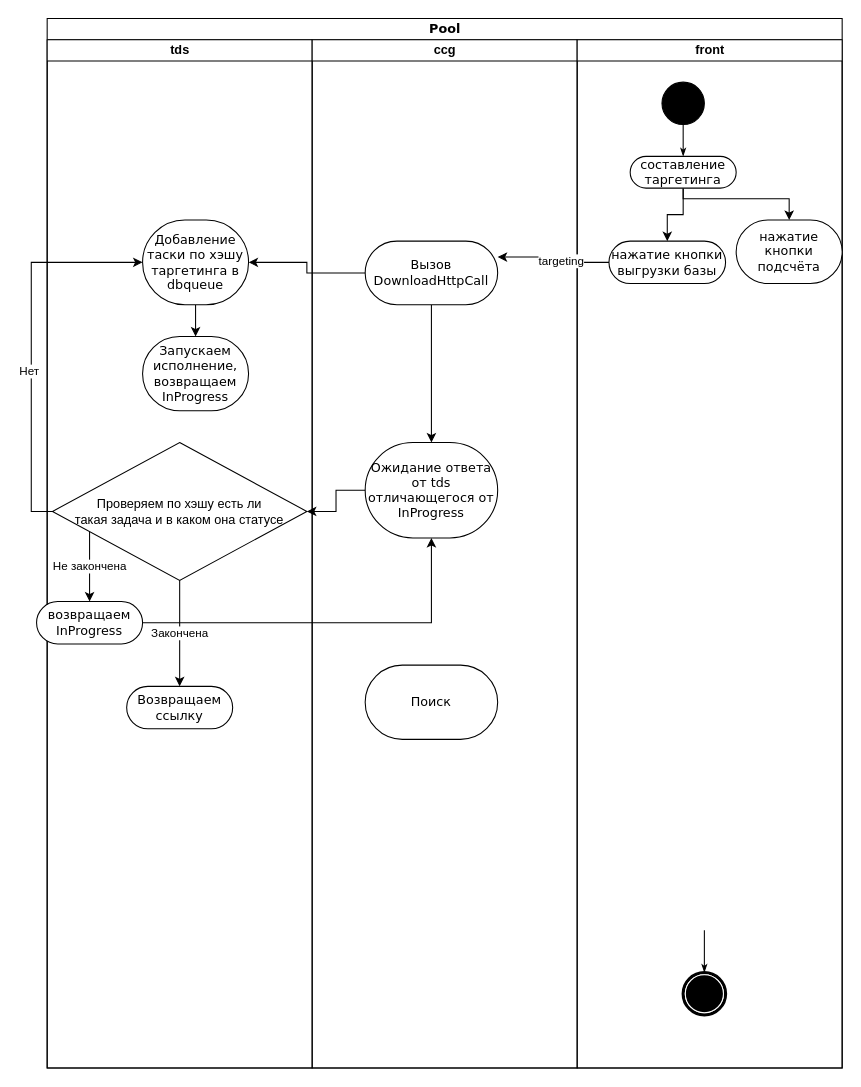
Earlier version of the draw.io diagram Диаграмма без названия.drawio (agatiks/generation). Source tidied: cells renumbered, new cells numbered last; positions are measured from the earlier drawing's top-left corner, leaving out a move shared by most shapes. Both pictures are drawn from the tidied source at 106%, with x=0, y=0 at pixel (36, 18).
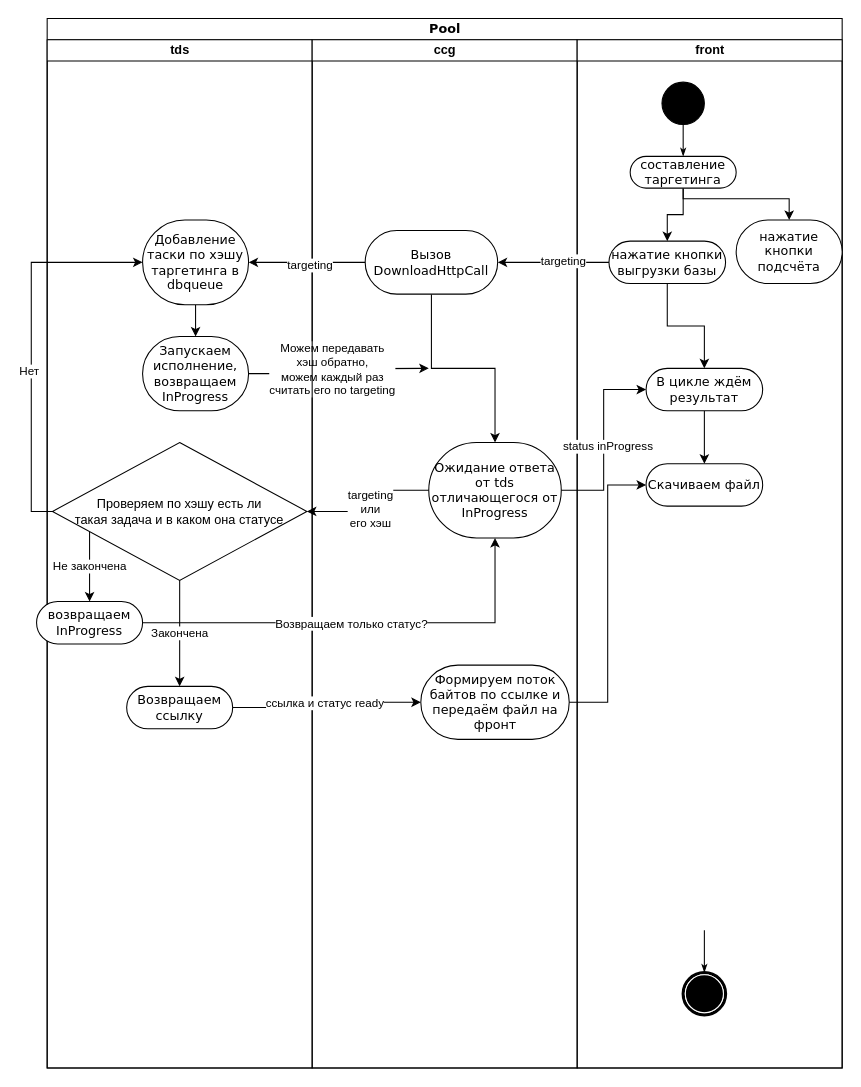
The same page after the edit.

The change refers to these unchanged cells:
```xml
<mxCell id="2" value="Pool" style="swimlane;html=1;startSize=20;rounded=0;shadow=0;comic=0;labelBackgroundColor=none;strokeWidth=1;fontFamily=Verdana;fontSize=12;align=center;" parent="1" vertex="1">
  <mxGeometry x="10" width="750" height="990" as="geometry" />
</mxCell>
<mxCell id="3" value="tds" style="swimlane;html=1;startSize=20;" parent="2" vertex="1">
  <mxGeometry y="20" width="250" height="970" as="geometry" />
</mxCell>
<mxCell id="6" value="Запускаем исполнение,&lt;br&gt;возвращаем InProgress" style="rounded=1;whiteSpace=wrap;html=1;shadow=0;comic=0;labelBackgroundColor=none;strokeWidth=1;fontFamily=Verdana;fontSize=12;align=center;arcSize=50;" parent="3" vertex="1">
  <mxGeometry x="90" y="280" width="100" height="70" as="geometry" />
</mxCell>
<mxCell id="13" value="Возвращаем ссылку" style="rounded=1;whiteSpace=wrap;html=1;shadow=0;comic=0;labelBackgroundColor=none;strokeWidth=1;fontFamily=Verdana;fontSize=12;align=center;arcSize=50;" parent="3" vertex="1">
  <mxGeometry x="75" y="610" width="100" height="40" as="geometry" />
</mxCell>
<mxCell id="14" value="ccg" style="swimlane;html=1;startSize=20;" parent="2" vertex="1">
  <mxGeometry x="250" y="20" width="250" height="970" as="geometry" />
</mxCell>
<mxCell id="19" value="front" style="swimlane;html=1;startSize=20;" parent="2" vertex="1">
  <mxGeometry x="500" y="20" width="250" height="970" as="geometry" />
</mxCell>
<mxCell id="28" value="нажатие кнопки выгрузки базы" style="rounded=1;whiteSpace=wrap;html=1;shadow=0;comic=0;labelBackgroundColor=none;strokeWidth=1;fontFamily=Verdana;fontSize=12;align=center;arcSize=50;" parent="19" vertex="1">
  <mxGeometry x="30" y="190" width="110" height="40" as="geometry" />
</mxCell>
<mxCell id="31" style="edgeStyle=orthogonalEdgeStyle;rounded=0;jettySize=auto;html=1;" parent="2" edge="1" source="16" target="5">
  <mxGeometry relative="1" as="geometry" />
</mxCell>
<mxCell id="32" style="edgeStyle=orthogonalEdgeStyle;rounded=0;jettySize=auto;html=1;" parent="2" edge="1" source="17" target="11">
  <mxGeometry relative="1" as="geometry" />
</mxCell>
<mxCell id="33" style="edgeStyle=orthogonalEdgeStyle;rounded=0;jettySize=auto;html=1;" parent="2" edge="1" source="12" target="17">
  <mxGeometry relative="1" as="geometry" />
</mxCell>
```

Change to the diagram source:
```diff
@@
+    <mxCell id="34" style="edgeStyle=orthogonalEdgeStyle;rounded=0;jettySize=auto;html=1;exitX=1;exitY=0.5;exitDx=0;exitDy=0;" parent="3" edge="1" source="6">
+      <mxGeometry relative="1" as="geometry">
+        <mxPoint x="360" y="310" as="targetPoint" />
+      </mxGeometry>
+    </mxCell>
+    <mxCell id="35" value="Можем передавать &lt;br&gt;хэш обратно, &lt;br&gt;можем каждый раз &lt;br&gt;считать его по targeting" style="edgeLabel;html=1;align=center;verticalAlign=middle;" parent="34" vertex="1">
+      <mxGeometry x="0.21" y="-1" relative="1" as="geometry">
+        <mxPoint x="-23" y="-1" as="offset" />
+      </mxGeometry>
+    </mxCell>
@@
     <mxCell id="16" value="Вызов DownloadHttpCall" style="rounded=1;whiteSpace=wrap;html=1;shadow=0;comic=0;labelBackgroundColor=none;strokeWidth=1;fontFamily=Verdana;fontSize=12;align=center;arcSize=50;" parent="14" vertex="1">
-      <mxGeometry x="50" y="190" width="125" height="60" as="geometry" />
+      <mxGeometry x="50" y="180" width="125" height="60" as="geometry" />
     </mxCell>
     <mxCell id="17" value="Ожидание ответа от tds отличающегося от InProgress" style="rounded=1;whiteSpace=wrap;html=1;shadow=0;comic=0;labelBackgroundColor=none;strokeWidth=1;fontFamily=Verdana;fontSize=12;align=center;arcSize=50;" parent="14" vertex="1">
-      <mxGeometry x="50" y="380" width="125" height="90" as="geometry" />
+      <mxGeometry x="110" y="380" width="125" height="90" as="geometry" />
     </mxCell>
-    <mxCell id="18" value="Поиск" style="rounded=1;whiteSpace=wrap;html=1;shadow=0;comic=0;labelBackgroundColor=none;strokeWidth=1;fontFamily=Verdana;fontSize=12;align=center;arcSize=50;" parent="14" vertex="1">
-      <mxGeometry x="50" y="590" width="125" height="70" as="geometry" />
-    </mxCell>
+    <mxCell id="36" value="Формируем поток байтов по ссылке и передаём файл на фронт" style="rounded=1;whiteSpace=wrap;html=1;shadow=0;comic=0;labelBackgroundColor=none;strokeWidth=1;fontFamily=Verdana;fontSize=12;align=center;arcSize=50;" parent="14" vertex="1">
+      <mxGeometry x="102.5" y="590" width="140" height="70" as="geometry" />
+    </mxCell>
@@
+    <mxCell id="37" style="edgeStyle=orthogonalEdgeStyle;rounded=0;jettySize=auto;html=1;" parent="19" edge="1" source="28" target="39">
+      <mxGeometry relative="1" as="geometry" />
+    </mxCell>
@@
+    <mxCell id="38" style="edgeStyle=orthogonalEdgeStyle;rounded=0;jettySize=auto;html=1;" parent="19" edge="1" source="39" target="40">
+      <mxGeometry relative="1" as="geometry" />
+    </mxCell>
+    <mxCell id="39" value="В цикле ждём результат" style="rounded=1;whiteSpace=wrap;html=1;shadow=0;comic=0;labelBackgroundColor=none;strokeWidth=1;fontFamily=Verdana;fontSize=12;align=center;arcSize=50;" parent="19" vertex="1">
+      <mxGeometry x="65" y="310" width="110" height="40" as="geometry" />
+    </mxCell>
+    <mxCell id="40" value="Скачиваем файл" style="rounded=1;whiteSpace=wrap;html=1;shadow=0;comic=0;labelBackgroundColor=none;strokeWidth=1;fontFamily=Verdana;fontSize=12;align=center;arcSize=50;" parent="19" vertex="1">
+      <mxGeometry x="65" y="400" width="110" height="40" as="geometry" />
+    </mxCell>
-    <mxCell id="29" style="edgeStyle=orthogonalEdgeStyle;rounded=0;jettySize=auto;html=1;exitX=0;exitY=0.5;exitDx=0;exitDy=0;entryX=1;entryY=0.25;entryDx=0;entryDy=0;" parent="2" edge="1" source="28" target="16">
+    <mxCell id="29" style="edgeStyle=orthogonalEdgeStyle;rounded=0;jettySize=auto;html=1;exitX=0;exitY=0.5;exitDx=0;exitDy=0;entryX=1;entryY=0.5;entryDx=0;entryDy=0;" parent="2" edge="1" source="28" target="16">
       <mxGeometry relative="1" as="geometry" />
     </mxCell>
@@
+    <mxCell id="41" value="targeting" style="edgeLabel;html=1;align=center;verticalAlign=middle;" parent="31" vertex="1">
+      <mxGeometry x="-0.04" y="2" relative="1" as="geometry" />
+    </mxCell>
@@
+    <mxCell id="42" value="targeting&lt;br&gt;или&lt;br&gt;его хэш" style="edgeLabel;html=1;align=center;verticalAlign=middle;" parent="32" vertex="1">
+      <mxGeometry x="0.11" y="2" relative="1" as="geometry" />
+    </mxCell>
@@
+    <mxCell id="43" value="Возвращаем только статус?" style="edgeLabel;html=1;align=center;verticalAlign=middle;" parent="33" vertex="1">
+      <mxGeometry x="-0.05" relative="1" as="geometry" />
+    </mxCell>
+    <mxCell id="44" style="edgeStyle=orthogonalEdgeStyle;rounded=0;jettySize=auto;html=1;entryX=0;entryY=0.5;entryDx=0;entryDy=0;" parent="2" edge="1" source="13" target="36">
+      <mxGeometry relative="1" as="geometry" />
+    </mxCell>
+    <mxCell id="45" value="ссылка и статус ready" style="edgeLabel;html=1;align=center;verticalAlign=middle;" parent="44" vertex="1">
+      <mxGeometry x="-0.23" y="3" relative="1" as="geometry">
+        <mxPoint x="16" y="-2" as="offset" />
+      </mxGeometry>
+    </mxCell>
+    <mxCell id="46" style="edgeStyle=orthogonalEdgeStyle;rounded=0;jettySize=auto;html=1;entryX=0;entryY=0.5;entryDx=0;entryDy=0;" parent="2" edge="1" source="17" target="39">
+      <mxGeometry relative="1" as="geometry" />
+    </mxCell>
+    <mxCell id="47" value="status inProgress" style="edgeLabel;html=1;align=center;verticalAlign=middle;" parent="46" vertex="1">
+      <mxGeometry x="-0.06" y="-3" relative="1" as="geometry" />
+    </mxCell>
+    <mxCell id="48" style="edgeStyle=orthogonalEdgeStyle;rounded=0;jettySize=auto;html=1;entryX=0;entryY=0.5;entryDx=0;entryDy=0;" parent="2" edge="1" source="36" target="40">
+      <mxGeometry relative="1" as="geometry" />
+    </mxCell>
```
